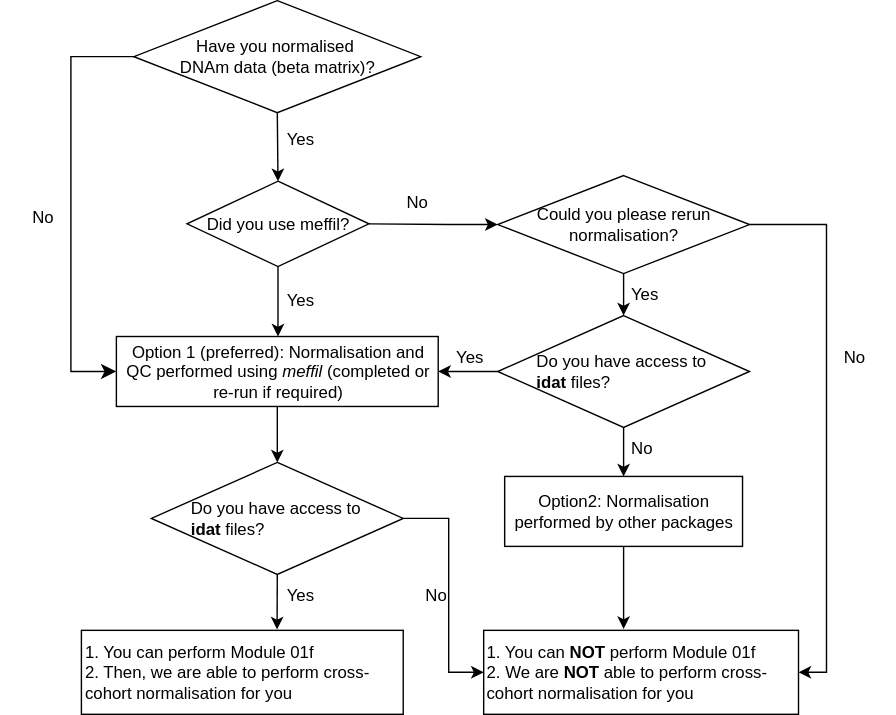
The draw.io diagram images/meth_data_flowchart.drawio.svg in dianajuvi89/DEEP_mqtls.wiki_copy, before a commit. Source tidied: cells renumbered, new cells last; positions are measured from the earlier drawing's top-left corner, leaving out a move shared by most shapes.
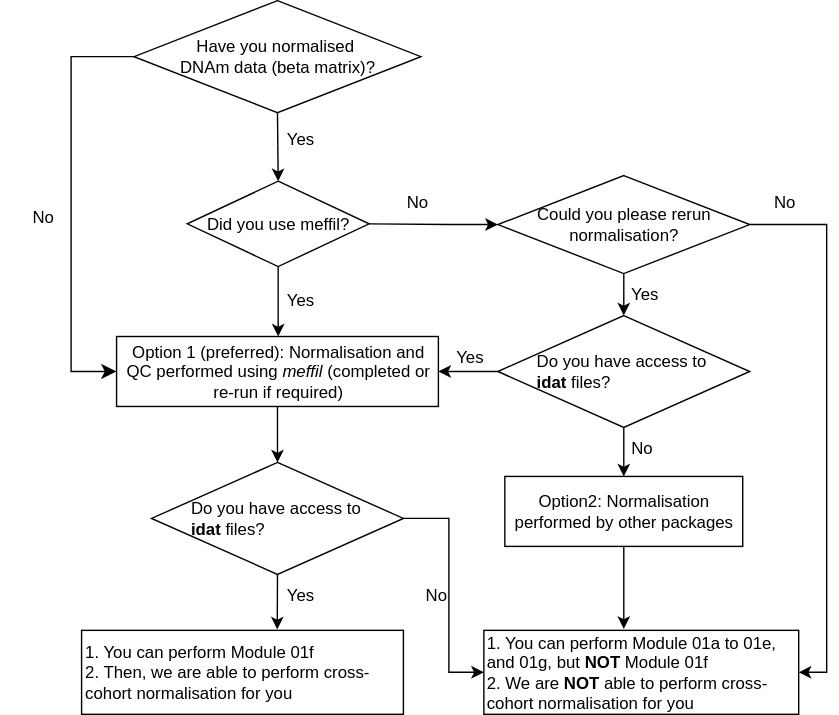
Above is the later version.

Change to the diagram source:
```diff
@@ -64,7 +64,7 @@
     <mxCell id="18" value="&lt;div&gt;1. You can perform Module 01f&lt;/div&gt;2. Then, we are able to perform cross-cohort normalisation for you" style="rounded=0;whiteSpace=wrap;html=1;align=left;" parent="1" vertex="1">
       <mxGeometry x="57.5" y="450" width="230" height="60" as="geometry" />
     </mxCell>
-    <mxCell id="19" value="&lt;div&gt;1. You can &lt;b&gt;NOT&lt;/b&gt; perform Module 01f&lt;/div&gt;2. We are &lt;b&gt;NOT&lt;/b&gt; able to perform cross-cohort normalisation for you" style="rounded=0;whiteSpace=wrap;html=1;align=left;" parent="1" vertex="1">
+    <mxCell id="19" value="&lt;div&gt;1. You can perform Module 01a to 01e, and 01g, but&amp;nbsp;&lt;b&gt;NOT&lt;/b&gt;&amp;nbsp;Module 01f&lt;/div&gt;2. We are &lt;b&gt;NOT&lt;/b&gt; able to perform cross-cohort normalisation for you" style="rounded=0;whiteSpace=wrap;html=1;align=left;" parent="1" vertex="1">
       <mxGeometry x="345" y="450" width="225" height="60" as="geometry" />
     </mxCell>
     <mxCell id="20" value="&lt;div style=&quot;text-align: justify;&quot;&gt;&lt;span style=&quot;background-color: transparent; color: light-dark(rgb(0, 0, 0), rgb(255, 255, 255));&quot;&gt;Do you have access to&amp;nbsp;&lt;/span&gt;&lt;/div&gt;&lt;div style=&quot;text-align: justify;&quot;&gt;&lt;span style=&quot;background-color: transparent; color: light-dark(rgb(0, 0, 0), rgb(255, 255, 255));&quot;&gt;&lt;b&gt;idat&lt;/b&gt; files?&lt;/span&gt;&lt;/div&gt;" style="rhombus;whiteSpace=wrap;html=1;align=center;" parent="1" vertex="1">
@@ -100,7 +100,7 @@
       </mxGeometry>
     </mxCell>
     <mxCell id="27" value="No" style="text;html=1;align=center;verticalAlign=middle;whiteSpace=wrap;rounded=0;" parent="1" vertex="1">
-      <mxGeometry x="580" y="240" width="60" height="30" as="geometry" />
+      <mxGeometry x="530" y="129" width="60" height="30" as="geometry" />
     </mxCell>
     <mxCell id="28" value="&lt;div style=&quot;text-align: justify;&quot;&gt;&lt;span style=&quot;background-color: transparent; color: light-dark(rgb(0, 0, 0), rgb(255, 255, 255));&quot;&gt;Do you have access to&amp;nbsp;&lt;/span&gt;&lt;/div&gt;&lt;div style=&quot;text-align: justify;&quot;&gt;&lt;span style=&quot;background-color: transparent; color: light-dark(rgb(0, 0, 0), rgb(255, 255, 255));&quot;&gt;&lt;b&gt;idat&lt;/b&gt; files?&lt;/span&gt;&lt;/div&gt;" style="rhombus;whiteSpace=wrap;html=1;align=center;" parent="1" vertex="1">
       <mxGeometry x="107.5" y="330" width="180" height="80" as="geometry" />
```
